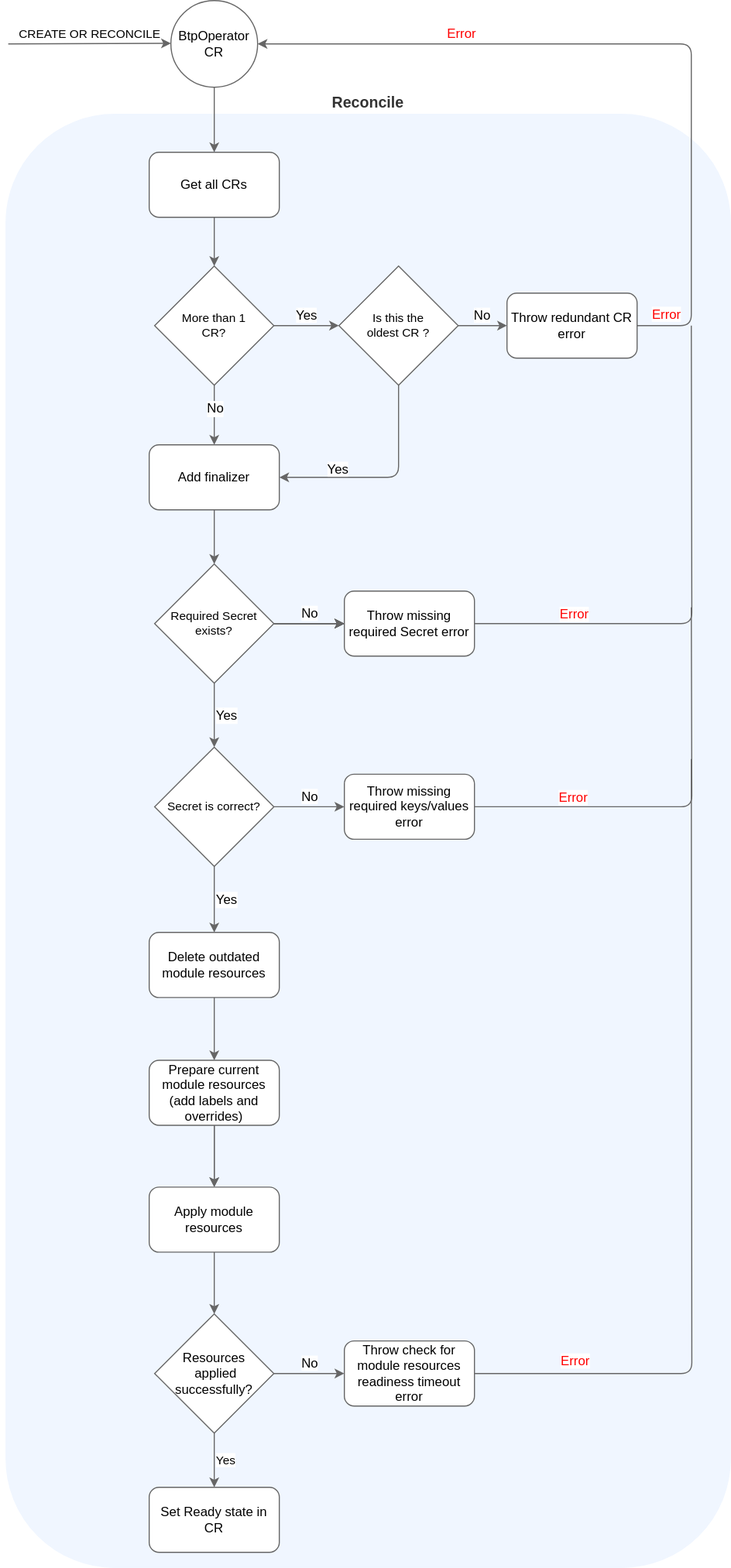
Earlier version of the draw.io export docs/assets/provisioning.svg (kyma-project/btp-manager). Source tidied: cells renumbered, new cells last; positions are measured from the earlier drawing's top-left corner, leaving out a move shared by most shapes.
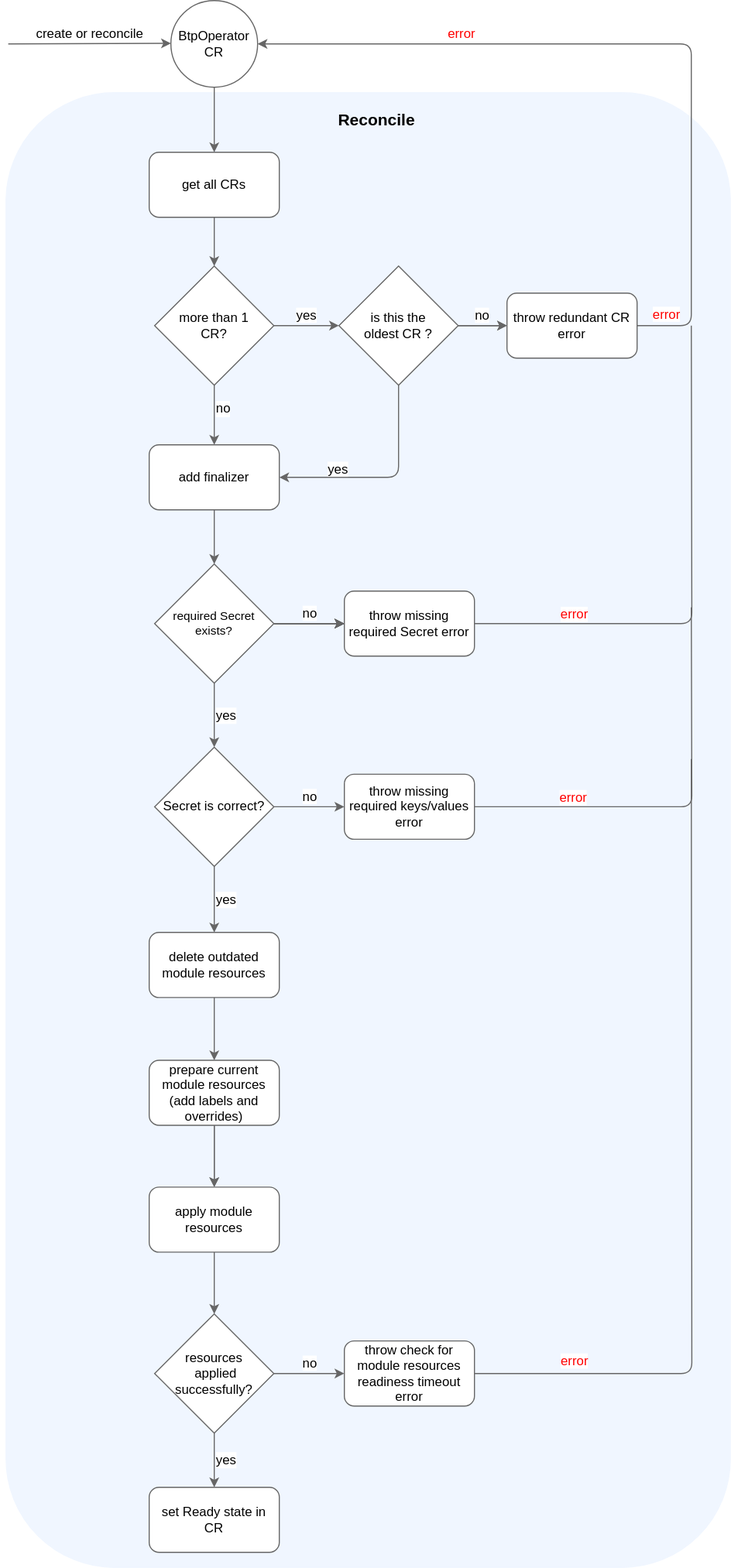
The same file after the commit.

Commit message:
Apply review suggestions

Change to the diagram source:
```diff
@@ -2,8 +2,8 @@
   <root>
     <mxCell id="0" />
     <mxCell id="1" parent="0" />
-    <mxCell id="2" value="Reconcile" style="rounded=1;whiteSpace=wrap;html=1;fontColor=#333333;fillColor=#f0f6ff;strokeColor=#f0f6ff;labelPosition=center;verticalLabelPosition=top;align=center;verticalAlign=bottom;fontStyle=1;fontSize=14;" parent="1" vertex="1">
-      <mxGeometry y="105" width="668" height="1341" as="geometry" />
+    <mxCell id="2" style="rounded=1;whiteSpace=wrap;html=1;fontColor=#333333;fillColor=#f0f6ff;strokeColor=#f0f6ff;labelPosition=center;verticalLabelPosition=top;align=center;verticalAlign=bottom;fontStyle=1;fontSize=14;" parent="1" vertex="1">
+      <mxGeometry y="85" width="668" height="1361" as="geometry" />
     </mxCell>
     <mxCell id="3" style="edgeStyle=orthogonalEdgeStyle;rounded=1;jettySize=auto;html=1;fontSize=12;strokeColor=#666666;" parent="1" edge="1" source="4" target="11">
       <mxGeometry relative="1" as="geometry" />
@@ -11,7 +11,7 @@
     <mxCell id="4" value="BtpOperator CR" style="ellipse;whiteSpace=wrap;html=1;align=center;fillColor=#FFFFFF;strokeColor=#666666;" parent="1" vertex="1">
       <mxGeometry x="152" width="80" height="80" as="geometry" />
     </mxCell>
-    <mxCell id="5" value="CREATE OR RECONCILE" style="endArrow=classic;html=1;rounded=1;labelPosition=center;verticalLabelPosition=top;align=center;verticalAlign=bottom;strokeColor=#666666;" parent="1" edge="1">
+    <mxCell id="5" value="&lt;font style=&quot;font-size: 12px;&quot;&gt;create or reconcile&lt;/font&gt;" style="endArrow=classic;html=1;rounded=1;labelPosition=center;verticalLabelPosition=top;align=center;verticalAlign=bottom;strokeColor=#666666;" parent="1" edge="1">
       <mxGeometry relative="1" as="geometry">
         <mxPoint x="2" y="40" as="sourcePoint" />
         <mxPoint x="152" y="39.5" as="targetPoint" />
@@ -20,39 +20,39 @@
     <mxCell id="6" style="edgeStyle=orthogonalEdgeStyle;rounded=1;jettySize=auto;html=1;fontSize=12;strokeColor=#666666;" parent="1" edge="1" source="9" target="13">
       <mxGeometry relative="1" as="geometry" />
     </mxCell>
-    <mxCell id="7" value="No" style="edgeLabel;html=1;align=center;verticalAlign=middle;fontSize=12;" parent="6" vertex="1">
+    <mxCell id="7" value="no" style="edgeLabel;html=1;align=left;verticalAlign=middle;fontSize=12;labelPosition=right;verticalLabelPosition=middle;" parent="6" vertex="1">
       <mxGeometry x="-0.25" y="1" relative="1" as="geometry">
         <mxPoint x="-1" as="offset" />
       </mxGeometry>
     </mxCell>
-    <mxCell id="8" value="Yes" style="edgeStyle=orthogonalEdgeStyle;rounded=1;jettySize=auto;html=1;fontSize=12;strokeColor=#666666;verticalAlign=bottom;" parent="1" edge="1" source="9" target="17">
+    <mxCell id="8" value="yes" style="edgeStyle=orthogonalEdgeStyle;rounded=1;jettySize=auto;html=1;fontSize=12;strokeColor=#666666;verticalAlign=bottom;" parent="1" edge="1" source="9" target="17">
       <mxGeometry relative="1" as="geometry" />
     </mxCell>
-    <mxCell id="9" value="More than 1 &lt;br style=&quot;font-size: 11px;&quot;&gt;CR?" style="rhombus;whiteSpace=wrap;html=1;fontSize=11;strokeColor=#666666;" parent="1" vertex="1">
+    <mxCell id="9" value="&lt;font style=&quot;font-size: 12px;&quot;&gt;more than 1 &lt;br style=&quot;&quot;&gt;CR?&lt;/font&gt;" style="rhombus;whiteSpace=wrap;html=1;fontSize=11;strokeColor=#666666;" parent="1" vertex="1">
       <mxGeometry x="137" y="245" width="110" height="110" as="geometry" />
     </mxCell>
     <mxCell id="10" style="edgeStyle=orthogonalEdgeStyle;rounded=1;jettySize=auto;html=1;fontSize=12;strokeColor=#666666;" parent="1" edge="1" source="11" target="9">
       <mxGeometry relative="1" as="geometry" />
     </mxCell>
-    <mxCell id="11" value="Get all CRs" style="rounded=1;whiteSpace=wrap;html=1;fontSize=12;strokeColor=#666666;" parent="1" vertex="1">
+    <mxCell id="11" value="get all CRs" style="rounded=1;whiteSpace=wrap;html=1;fontSize=12;strokeColor=#666666;" parent="1" vertex="1">
       <mxGeometry x="132" y="140" width="120" height="60" as="geometry" />
     </mxCell>
     <mxCell id="12" style="edgeStyle=orthogonalEdgeStyle;rounded=1;jettySize=auto;html=1;fontSize=12;fontColor=#FF0000;strokeColor=#666666;" parent="1" edge="1" source="13" target="25">
       <mxGeometry relative="1" as="geometry" />
     </mxCell>
-    <mxCell id="13" value="Add finalizer" style="whiteSpace=wrap;html=1;rounded=1;strokeColor=#666666;" parent="1" vertex="1">
+    <mxCell id="13" value="add finalizer" style="whiteSpace=wrap;html=1;rounded=1;strokeColor=#666666;" parent="1" vertex="1">
       <mxGeometry x="132" y="410" width="120" height="60" as="geometry" />
     </mxCell>
-    <mxCell id="14" value="Yes" style="edgeStyle=orthogonalEdgeStyle;rounded=1;jettySize=auto;html=1;exitX=0.5;exitY=1;exitDx=0;exitDy=0;entryX=1;entryY=0.5;entryDx=0;entryDy=0;fontSize=12;strokeColor=#666666;verticalAlign=bottom;" parent="1" edge="1" source="17" target="13">
+    <mxCell id="14" value="yes" style="edgeStyle=orthogonalEdgeStyle;rounded=1;jettySize=auto;html=1;exitX=0.5;exitY=1;exitDx=0;exitDy=0;entryX=1;entryY=0.5;entryDx=0;entryDy=0;fontSize=12;strokeColor=#666666;verticalAlign=bottom;" parent="1" edge="1" source="17" target="13">
       <mxGeometry x="0.45" y="2" relative="1" as="geometry" />
     </mxCell>
     <mxCell id="15" style="edgeStyle=orthogonalEdgeStyle;rounded=1;jettySize=auto;html=1;fontSize=12;strokeColor=#666666;" parent="1" edge="1" source="17" target="21">
       <mxGeometry relative="1" as="geometry" />
     </mxCell>
-    <mxCell id="16" value="No" style="edgeLabel;html=1;align=center;verticalAlign=bottom;fontSize=12;" parent="15" vertex="1">
+    <mxCell id="16" value="no" style="edgeLabel;html=1;align=center;verticalAlign=bottom;fontSize=12;" parent="15" vertex="1">
       <mxGeometry x="-0.07" y="1" relative="1" as="geometry" />
     </mxCell>
-    <mxCell id="17" value="Is this the &lt;br style=&quot;font-size: 11px;&quot;&gt;oldest CR ?" style="rhombus;whiteSpace=wrap;html=1;fontSize=11;strokeColor=#666666;" parent="1" vertex="1">
+    <mxCell id="17" value="&lt;font style=&quot;font-size: 12px;&quot;&gt;is this the &lt;br style=&quot;&quot;&gt;oldest CR ?&lt;/font&gt;" style="rhombus;whiteSpace=wrap;html=1;fontSize=11;strokeColor=#666666;" parent="1" vertex="1">
       <mxGeometry x="307" y="245" width="110" height="110" as="geometry" />
     </mxCell>
     <mxCell id="18" style="edgeStyle=orthogonalEdgeStyle;rounded=1;jettySize=auto;html=1;exitX=1;exitY=0.5;exitDx=0;exitDy=0;entryX=1;entryY=0.5;entryDx=0;entryDy=0;fontSize=12;strokeColor=#666666;" parent="1" edge="1" source="21" target="4">
@@ -63,27 +63,30 @@
         </Array>
       </mxGeometry>
     </mxCell>
-    <mxCell id="19" value="&lt;font color=&quot;#ff0000&quot;&gt;Error&lt;/font&gt;" style="edgeLabel;html=1;align=center;verticalAlign=bottom;fontSize=12;" parent="18" vertex="1">
+    <mxCell id="19" value="&lt;font color=&quot;#ff0000&quot;&gt;error&lt;/font&gt;" style="edgeLabel;html=1;align=center;verticalAlign=bottom;fontSize=12;" parent="18" vertex="1">
       <mxGeometry x="0.47" y="-1" relative="1" as="geometry" />
     </mxCell>
-    <mxCell id="20" value="&lt;font color=&quot;#ff0000&quot;&gt;Error&lt;/font&gt;" style="edgeLabel;html=1;align=center;verticalAlign=bottom;fontSize=12;fontColor=#000000;" parent="18" vertex="1">
+    <mxCell id="20" value="&lt;font color=&quot;#ff0000&quot;&gt;error&lt;/font&gt;" style="edgeLabel;html=1;align=center;verticalAlign=bottom;fontSize=12;fontColor=#000000;" parent="18" vertex="1">
       <mxGeometry x="-0.91" y="2" relative="1" as="geometry">
         <mxPoint x="-6" as="offset" />
       </mxGeometry>
     </mxCell>
+    <mxCell id="49" style="edgeStyle=orthogonalEdgeStyle;rounded=1;jettySize=auto;html=1;strokeColor=#666666;" parent="1" edge="1" source="17" target="21">
+      <mxGeometry relative="1" as="geometry" />
+    </mxCell>
-    <mxCell id="21" value="Throw redundant CR error" style="whiteSpace=wrap;html=1;rounded=1;strokeColor=#666666;" parent="1" vertex="1">
+    <mxCell id="21" value="throw redundant CR error" style="whiteSpace=wrap;html=1;rounded=1;strokeColor=#666666;" parent="1" vertex="1">
       <mxGeometry x="462" y="270" width="120" height="60" as="geometry" />
     </mxCell>
-    <mxCell id="22" value="No" style="edgeStyle=orthogonalEdgeStyle;rounded=0;jettySize=auto;html=1;fontSize=12;fontColor=#000000;endArrow=classic;endFill=1;verticalAlign=bottom;" parent="1" edge="1" source="25" target="28">
+    <mxCell id="22" value="no" style="edgeStyle=orthogonalEdgeStyle;rounded=0;jettySize=auto;html=1;fontSize=12;fontColor=#000000;endArrow=classic;endFill=1;verticalAlign=bottom;" parent="1" edge="1" source="25" target="28">
       <mxGeometry relative="1" as="geometry" />
     </mxCell>
-    <mxCell id="23" value="Yes" style="edgeStyle=orthogonalEdgeStyle;rounded=1;jettySize=auto;html=1;fontSize=12;fontColor=#000000;endArrow=classic;endFill=1;strokeColor=#666666;labelPosition=right;verticalLabelPosition=middle;align=left;verticalAlign=middle;" parent="1" edge="1" source="25" target="31">
+    <mxCell id="23" value="yes" style="edgeStyle=orthogonalEdgeStyle;rounded=1;jettySize=auto;html=1;fontSize=12;fontColor=#000000;endArrow=classic;endFill=1;strokeColor=#666666;labelPosition=right;verticalLabelPosition=middle;align=left;verticalAlign=middle;" parent="1" edge="1" source="25" target="31">
       <mxGeometry relative="1" as="geometry" />
     </mxCell>
     <mxCell id="24" style="edgeStyle=orthogonalEdgeStyle;rounded=1;jettySize=auto;html=1;strokeColor=#666666;" parent="1" edge="1" source="25" target="28">
       <mxGeometry relative="1" as="geometry" />
     </mxCell>
-    <mxCell id="25" value="Required Secret exists?" style="rhombus;whiteSpace=wrap;html=1;fontSize=11;strokeColor=#666666;" parent="1" vertex="1">
+    <mxCell id="25" value="required Secret exists?" style="rhombus;whiteSpace=wrap;html=1;fontSize=11;strokeColor=#666666;" parent="1" vertex="1">
       <mxGeometry x="137" y="520" width="110" height="110" as="geometry" />
     </mxCell>
     <mxCell id="26" style="edgeStyle=orthogonalEdgeStyle;rounded=1;jettySize=auto;html=1;fontSize=12;fontColor=#FF0000;endArrow=none;endFill=0;strokeColor=#666666;" parent="1" edge="1" source="28">
@@ -91,21 +94,21 @@
         <mxPoint x="632" y="300" as="targetPoint" />
       </mxGeometry>
     </mxCell>
-    <mxCell id="27" value="Error" style="edgeLabel;html=1;align=center;verticalAlign=bottom;fontSize=12;fontColor=#FF0000;" parent="26" vertex="1">
+    <mxCell id="27" value="error" style="edgeLabel;html=1;align=center;verticalAlign=bottom;fontSize=12;fontColor=#FF0000;" parent="26" vertex="1">
       <mxGeometry x="-0.59" y="2" relative="1" as="geometry">
         <mxPoint x="-8" y="2" as="offset" />
       </mxGeometry>
     </mxCell>
-    <mxCell id="28" value="Throw missing required Secret error" style="whiteSpace=wrap;html=1;rounded=1;strokeColor=#666666;" parent="1" vertex="1">
+    <mxCell id="28" value="throw missing required Secret error" style="whiteSpace=wrap;html=1;rounded=1;strokeColor=#666666;" parent="1" vertex="1">
       <mxGeometry x="312" y="545" width="120" height="60" as="geometry" />
     </mxCell>
-    <mxCell id="29" value="No" style="edgeStyle=orthogonalEdgeStyle;rounded=1;jettySize=auto;html=1;fontSize=12;fontColor=#000000;endArrow=classic;endFill=1;strokeColor=#666666;verticalAlign=bottom;" parent="1" edge="1" source="31" target="34">
+    <mxCell id="29" value="no" style="edgeStyle=orthogonalEdgeStyle;rounded=1;jettySize=auto;html=1;fontSize=12;fontColor=#000000;endArrow=classic;endFill=1;strokeColor=#666666;verticalAlign=bottom;" parent="1" edge="1" source="31" target="34">
       <mxGeometry relative="1" as="geometry" />
     </mxCell>
-    <mxCell id="30" value="Yes" style="edgeStyle=orthogonalEdgeStyle;rounded=1;jettySize=auto;html=1;fontSize=12;fontColor=#000000;endArrow=classic;endFill=1;strokeColor=#666666;labelPosition=right;verticalLabelPosition=middle;align=left;verticalAlign=middle;" parent="1" edge="1" source="31" target="36">
+    <mxCell id="30" value="yes" style="edgeStyle=orthogonalEdgeStyle;rounded=1;jettySize=auto;html=1;fontSize=12;fontColor=#000000;endArrow=classic;endFill=1;strokeColor=#666666;labelPosition=right;verticalLabelPosition=middle;align=left;verticalAlign=middle;" parent="1" edge="1" source="31" target="36">
       <mxGeometry relative="1" as="geometry" />
     </mxCell>
-    <mxCell id="31" value="Secret is correct?" style="rhombus;whiteSpace=wrap;html=1;fontSize=11;strokeColor=#666666;" parent="1" vertex="1">
+    <mxCell id="31" value="&lt;font style=&quot;font-size: 12px;&quot;&gt;Secret is correct?&lt;/font&gt;" style="rhombus;whiteSpace=wrap;html=1;fontSize=11;strokeColor=#666666;" parent="1" vertex="1">
       <mxGeometry x="137" y="689" width="110" height="110" as="geometry" />
     </mxCell>
     <mxCell id="32" style="edgeStyle=orthogonalEdgeStyle;rounded=1;jettySize=auto;html=1;fontSize=12;fontColor=#000000;endArrow=none;endFill=0;strokeColor=#666666;" parent="1" edge="1" source="34">
@@ -113,27 +116,27 @@
         <mxPoint x="632" y="560" as="targetPoint" />
       </mxGeometry>
     </mxCell>
-    <mxCell id="33" value="Error" style="edgeLabel;html=1;align=center;verticalAlign=bottom;fontSize=12;fontColor=#FF0000;" parent="32" vertex="1">
+    <mxCell id="33" value="error" style="edgeLabel;html=1;align=center;verticalAlign=bottom;fontSize=12;fontColor=#FF0000;" parent="32" vertex="1">
       <mxGeometry x="-0.45" y="1" relative="1" as="geometry">
         <mxPoint x="-16" y="1" as="offset" />
       </mxGeometry>
     </mxCell>
-    <mxCell id="34" value="Throw missing required keys/values error" style="whiteSpace=wrap;html=1;rounded=1;strokeColor=#666666;" parent="1" vertex="1">
+    <mxCell id="34" value="throw missing required keys/values error" style="whiteSpace=wrap;html=1;rounded=1;strokeColor=#666666;" parent="1" vertex="1">
       <mxGeometry x="312" y="714" width="120" height="60" as="geometry" />
     </mxCell>
     <mxCell id="35" style="edgeStyle=orthogonalEdgeStyle;rounded=1;jettySize=auto;html=1;fontSize=12;fontColor=#000000;endArrow=classic;endFill=1;strokeColor=#666666;" parent="1" edge="1" source="36" target="38">
       <mxGeometry relative="1" as="geometry" />
     </mxCell>
-    <mxCell id="36" value="Delete outdated module resources" style="whiteSpace=wrap;html=1;rounded=1;strokeColor=#666666;" parent="1" vertex="1">
+    <mxCell id="36" value="delete outdated module resources" style="whiteSpace=wrap;html=1;rounded=1;strokeColor=#666666;" parent="1" vertex="1">
       <mxGeometry x="132" y="860" width="120" height="60" as="geometry" />
     </mxCell>
     <mxCell id="37" style="edgeStyle=orthogonalEdgeStyle;rounded=1;jettySize=auto;html=1;strokeColor=#666666;" parent="1" edge="1" source="38" target="47">
       <mxGeometry relative="1" as="geometry" />
     </mxCell>
-    <mxCell id="38" value="Prepare current module resources (add labels and overrides)" style="whiteSpace=wrap;html=1;rounded=1;strokeColor=#666666;" parent="1" vertex="1">
+    <mxCell id="38" value="prepare current module resources (add labels and overrides)" style="whiteSpace=wrap;html=1;rounded=1;strokeColor=#666666;" parent="1" vertex="1">
       <mxGeometry x="132" y="978" width="120" height="60" as="geometry" />
     </mxCell>
-    <mxCell id="39" value="&lt;font style=&quot;font-size: 12px;&quot;&gt;No&lt;/font&gt;" style="edgeStyle=orthogonalEdgeStyle;rounded=1;jettySize=auto;html=1;fontSize=12;fontColor=#000000;endArrow=classic;endFill=1;strokeColor=#666666;verticalAlign=bottom;labelPosition=center;verticalLabelPosition=middle;align=center;" parent="1" edge="1" source="42" target="44">
+    <mxCell id="39" value="&lt;font style=&quot;font-size: 12px;&quot;&gt;no&lt;/font&gt;" style="edgeStyle=orthogonalEdgeStyle;rounded=1;jettySize=auto;html=1;fontSize=12;fontColor=#000000;endArrow=classic;endFill=1;strokeColor=#666666;verticalAlign=bottom;labelPosition=center;verticalLabelPosition=middle;align=center;" parent="1" edge="1" source="42" target="44">
       <mxGeometry relative="1" as="geometry">
         <Array as="points">
           <mxPoint x="277" y="1267" />
@@ -144,27 +147,27 @@
     <mxCell id="40" style="edgeStyle=orthogonalEdgeStyle;rounded=1;jettySize=auto;html=1;strokeColor=#666666;fontSize=12;" parent="1" edge="1" source="42" target="45">
       <mxGeometry relative="1" as="geometry" />
     </mxCell>
-    <mxCell id="41" value="Yes" style="edgeLabel;html=1;align=left;verticalAlign=middle;labelPosition=right;verticalLabelPosition=middle;" parent="40" vertex="1">
+    <mxCell id="41" value="&lt;font style=&quot;font-size: 12px;&quot;&gt;yes&lt;/font&gt;" style="edgeLabel;html=1;align=left;verticalAlign=middle;labelPosition=right;verticalLabelPosition=middle;" parent="40" vertex="1">
       <mxGeometry x="-0.02" relative="1" as="geometry" />
     </mxCell>
-    <mxCell id="42" value="&lt;font style=&quot;font-size: 12px;&quot;&gt;Resources&lt;br&gt;&amp;nbsp;applied successfully?&lt;/font&gt;" style="rhombus;whiteSpace=wrap;html=1;strokeColor=#666666;labelPosition=center;verticalLabelPosition=middle;align=center;verticalAlign=middle;" parent="1" vertex="1">
+    <mxCell id="42" value="&lt;font style=&quot;font-size: 12px;&quot;&gt;resources&lt;br&gt;&amp;nbsp;applied successfully?&lt;/font&gt;" style="rhombus;whiteSpace=wrap;html=1;strokeColor=#666666;labelPosition=center;verticalLabelPosition=middle;align=center;verticalAlign=middle;" parent="1" vertex="1">
       <mxGeometry x="137" y="1212" width="110" height="110" as="geometry" />
     </mxCell>
-    <mxCell id="43" value="Error" style="edgeStyle=orthogonalEdgeStyle;rounded=1;jettySize=auto;html=1;fontSize=12;fontColor=#FF0000;endArrow=none;endFill=0;labelBackgroundColor=default;strokeColor=#666666;verticalAlign=bottom;labelPosition=right;verticalLabelPosition=middle;align=left;" parent="1" edge="1" source="44">
+    <mxCell id="43" value="error" style="edgeStyle=orthogonalEdgeStyle;rounded=1;jettySize=auto;html=1;fontSize=12;fontColor=#FF0000;endArrow=none;endFill=0;labelBackgroundColor=default;strokeColor=#666666;verticalAlign=bottom;labelPosition=right;verticalLabelPosition=middle;align=left;" parent="1" edge="1" source="44">
       <mxGeometry x="-0.8" y="2" relative="1" as="geometry">
         <mxPoint x="632" y="700" as="targetPoint" />
       </mxGeometry>
     </mxCell>
-    <mxCell id="44" value="Throw check for module resources readiness timeout error" style="whiteSpace=wrap;html=1;rounded=1;strokeColor=#666666;" parent="1" vertex="1">
+    <mxCell id="44" value="throw check for module resources readiness timeout error" style="whiteSpace=wrap;html=1;rounded=1;strokeColor=#666666;" parent="1" vertex="1">
       <mxGeometry x="312" y="1237" width="120" height="60" as="geometry" />
     </mxCell>
-    <mxCell id="45" value="Set Ready state in&lt;br&gt;CR" style="whiteSpace=wrap;html=1;rounded=1;strokeColor=#666666;" parent="1" vertex="1">
+    <mxCell id="45" value="set Ready state in&lt;br&gt;CR" style="whiteSpace=wrap;html=1;rounded=1;strokeColor=#666666;" parent="1" vertex="1">
       <mxGeometry x="132" y="1372" width="120" height="60" as="geometry" />
     </mxCell>
     <mxCell id="46" style="edgeStyle=orthogonalEdgeStyle;rounded=1;jettySize=auto;html=1;exitX=0.5;exitY=1;exitDx=0;exitDy=0;entryX=0.5;entryY=0;entryDx=0;entryDy=0;strokeColor=#666666;" parent="1" edge="1" source="47" target="42">
       <mxGeometry relative="1" as="geometry" />
     </mxCell>
-    <mxCell id="47" value="Apply module resources" style="whiteSpace=wrap;html=1;rounded=1;strokeColor=#666666;" parent="1" vertex="1">
+    <mxCell id="47" value="apply module resources" style="whiteSpace=wrap;html=1;rounded=1;strokeColor=#666666;" parent="1" vertex="1">
       <mxGeometry x="132" y="1095" width="120" height="60" as="geometry" />
     </mxCell>
     <mxCell id="48" style="edgeStyle=orthogonalEdgeStyle;rounded=1;orthogonalLoop=1;jettySize=auto;html=1;strokeColor=#666666;" parent="1" edge="1">
@@ -173,5 +176,8 @@
         <mxPoint x="192" y="1095" as="targetPoint" />
       </mxGeometry>
     </mxCell>
+    <mxCell id="50" value="&lt;font style=&quot;font-size: 15px;&quot;&gt;&lt;b&gt;Reconcile&lt;/b&gt;&lt;/font&gt;" style="text;html=1;strokeColor=none;fillColor=none;align=center;verticalAlign=middle;whiteSpace=wrap;rounded=0;" parent="1" vertex="1">
+      <mxGeometry x="312" y="95" width="60" height="30" as="geometry" />
+    </mxCell>
   </root>
 </mxGraphModel>
```
